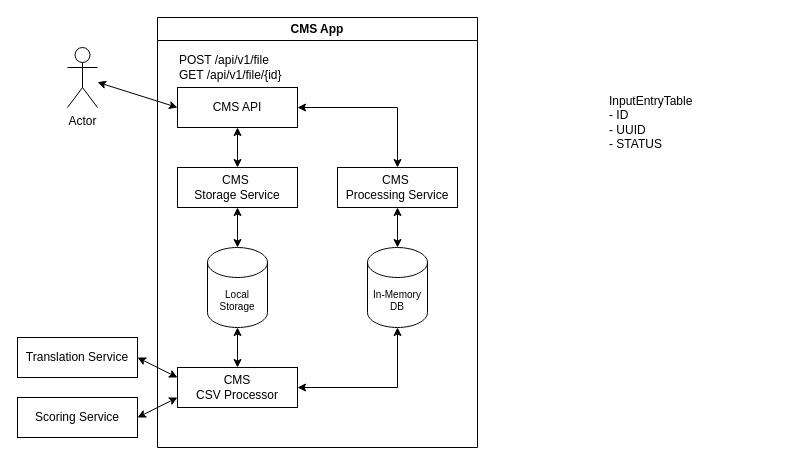
Above: Design/Drafts/cms-architecture.drawio in rbreje/content-moderation-system (draw.io), before the change. Source tidied: cells renumbered, new cells numbered last; positions are measured from the earlier drawing's top-left corner, leaving out a move shared by most shapes. Both pictures are drawn from the tidied source at 100%, with x=0, y=0 at pixel (17, 17).
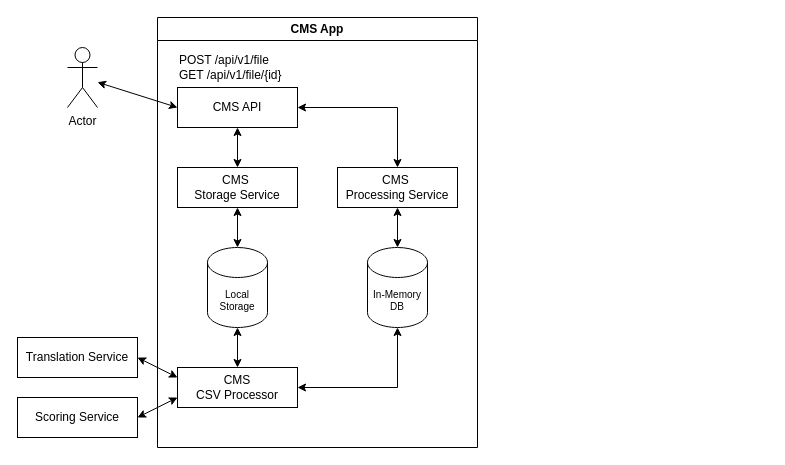
The same page after the edit.

Diff of the diagram source:
```diff
@@
-    <mxCell id="18" value="InputEntryTable&lt;div&gt;- ID&lt;/div&gt;&lt;div&gt;- UUID&lt;/div&gt;&lt;div&gt;- STATUS&lt;/div&gt;&lt;div&gt;&lt;br&gt;&lt;/div&gt;&lt;div&gt;&lt;br&gt;&lt;/div&gt;" style="text;html=1;align=left;verticalAlign=top;whiteSpace=wrap;rounded=0;" parent="1" vertex="1">
-      <mxGeometry x="590" y="70" width="160" height="160" as="geometry" />
-    </mxCell>
```
